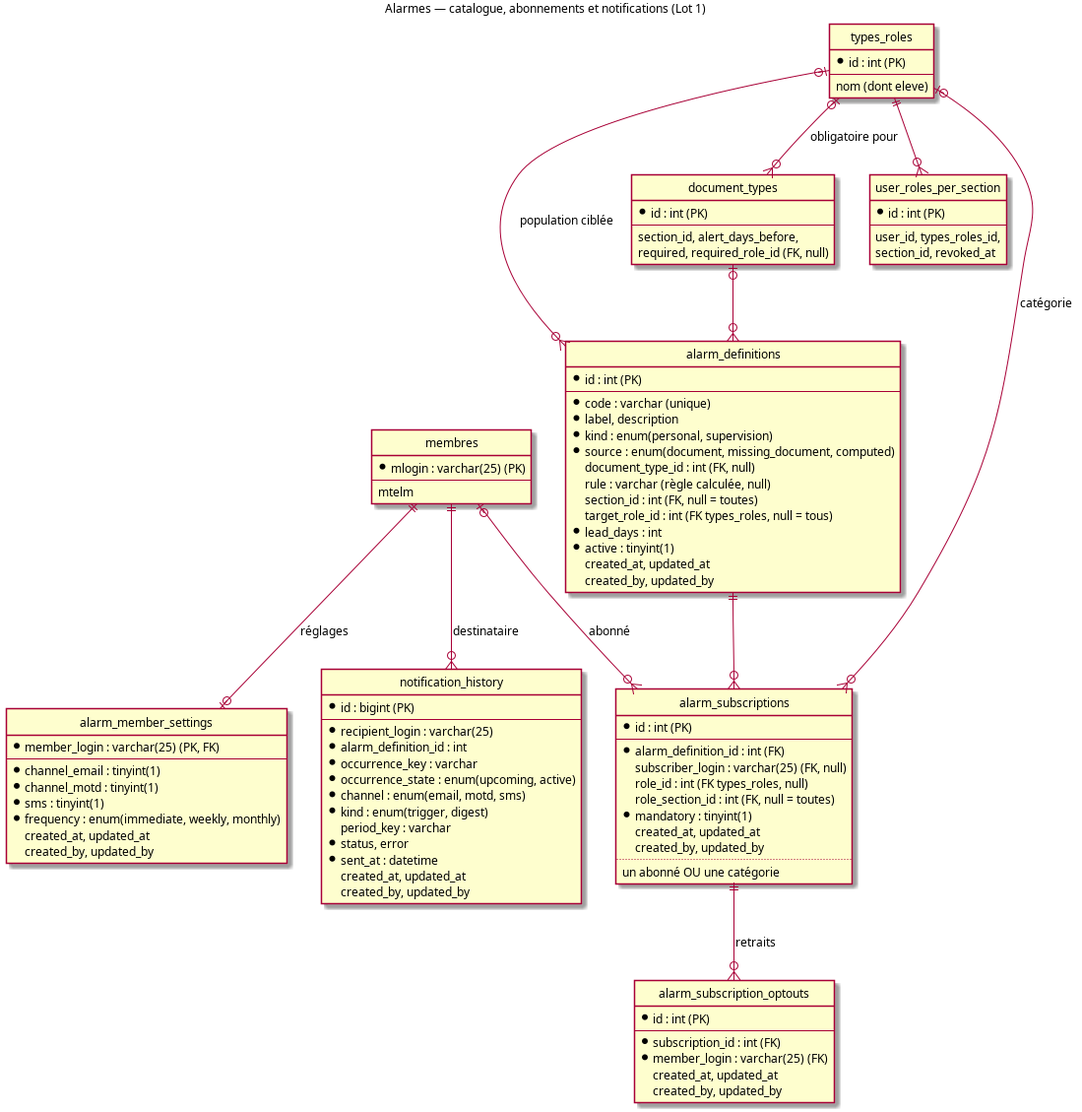
Above: doc/design_notes/diagrams/abonnements_alarmes.png in flub78/gvv (PlantUML), before the change. Its source is kept beside it as doc/design_notes/diagrams/abonnements_alarmes.puml.
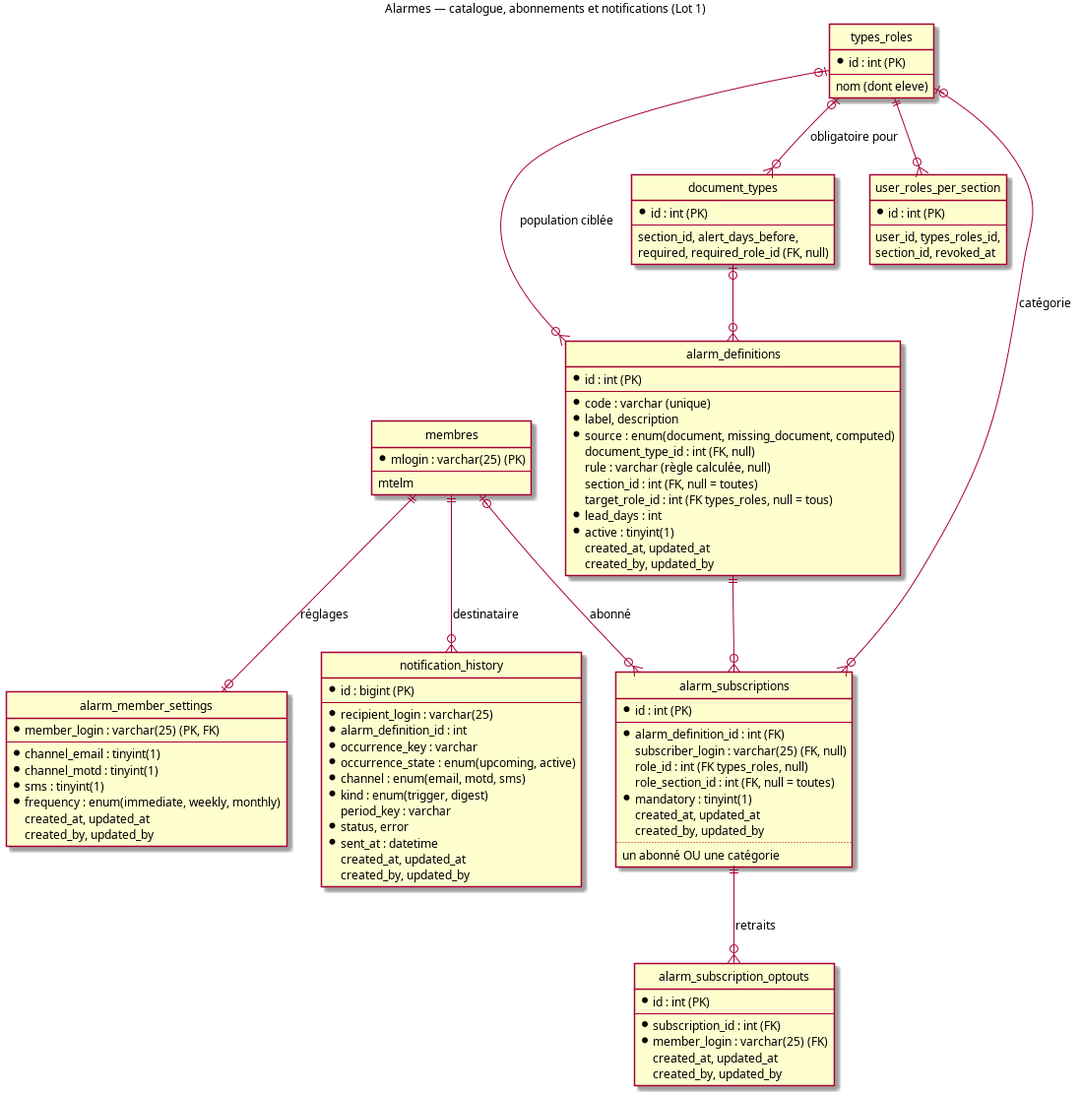
The same diagram one commit later.

The edit, as a diff of the source:
```diff
@@ -11,7 +11,6 @@
   --
   * code : varchar (unique)
   * label, description
-  * kind : enum(personal, supervision)
   * source : enum(document, missing_document, computed)
   document_type_id : int (FK, null)
   rule : varchar (règle calculée, null)
```
